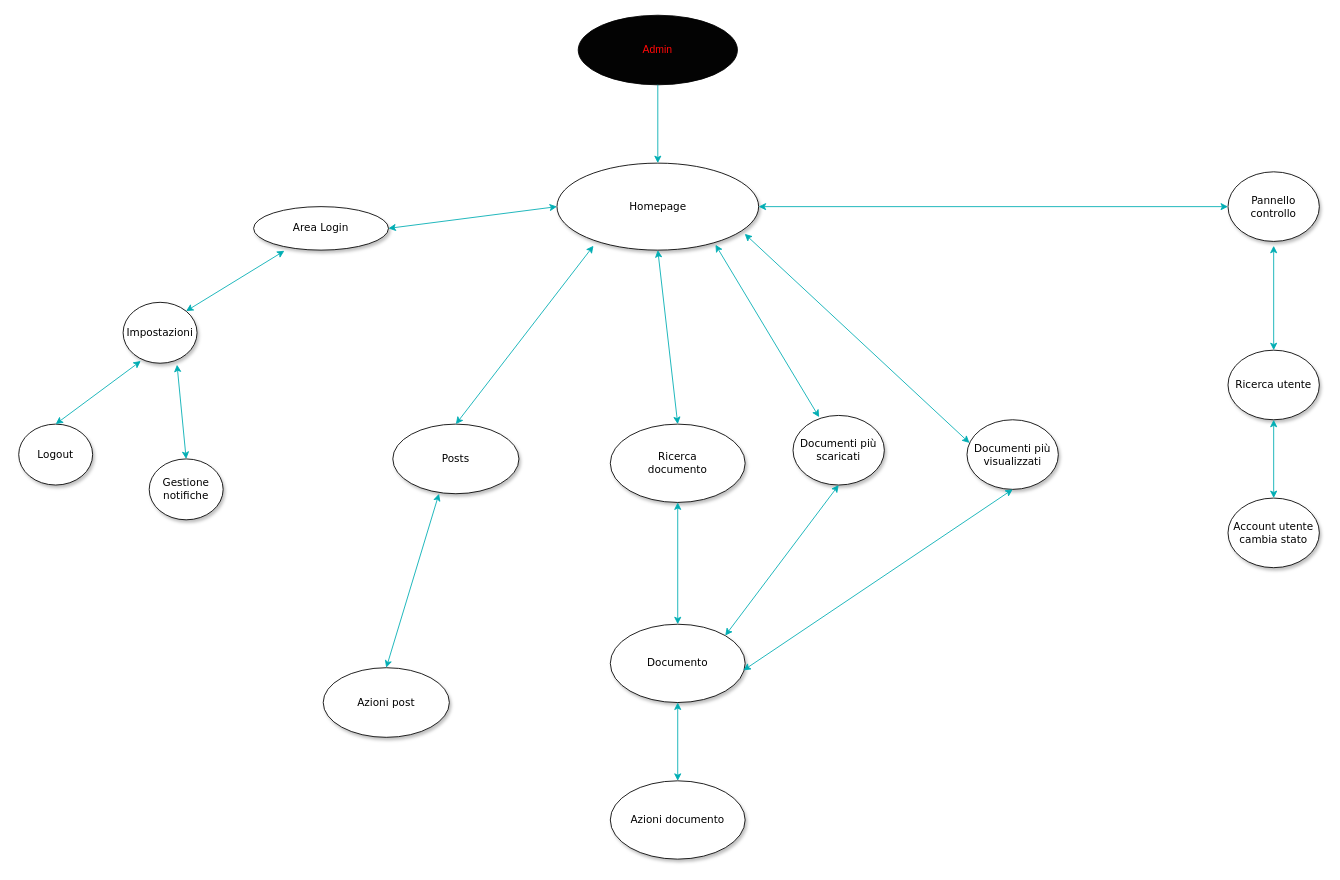
PeppeVII/DocApp_Classe03 keeps this draw.io diagram as Deliverables/navigational_paths/admin.drawio. Above is the earlier version. Source tidied: cells renumbered, new cells numbered last; positions are measured from the earlier drawing's top-left corner, leaving out a move shared by most shapes. Both pictures are drawn from the tidied source at 87%, with x=0, y=0 at pixel (18, 15).
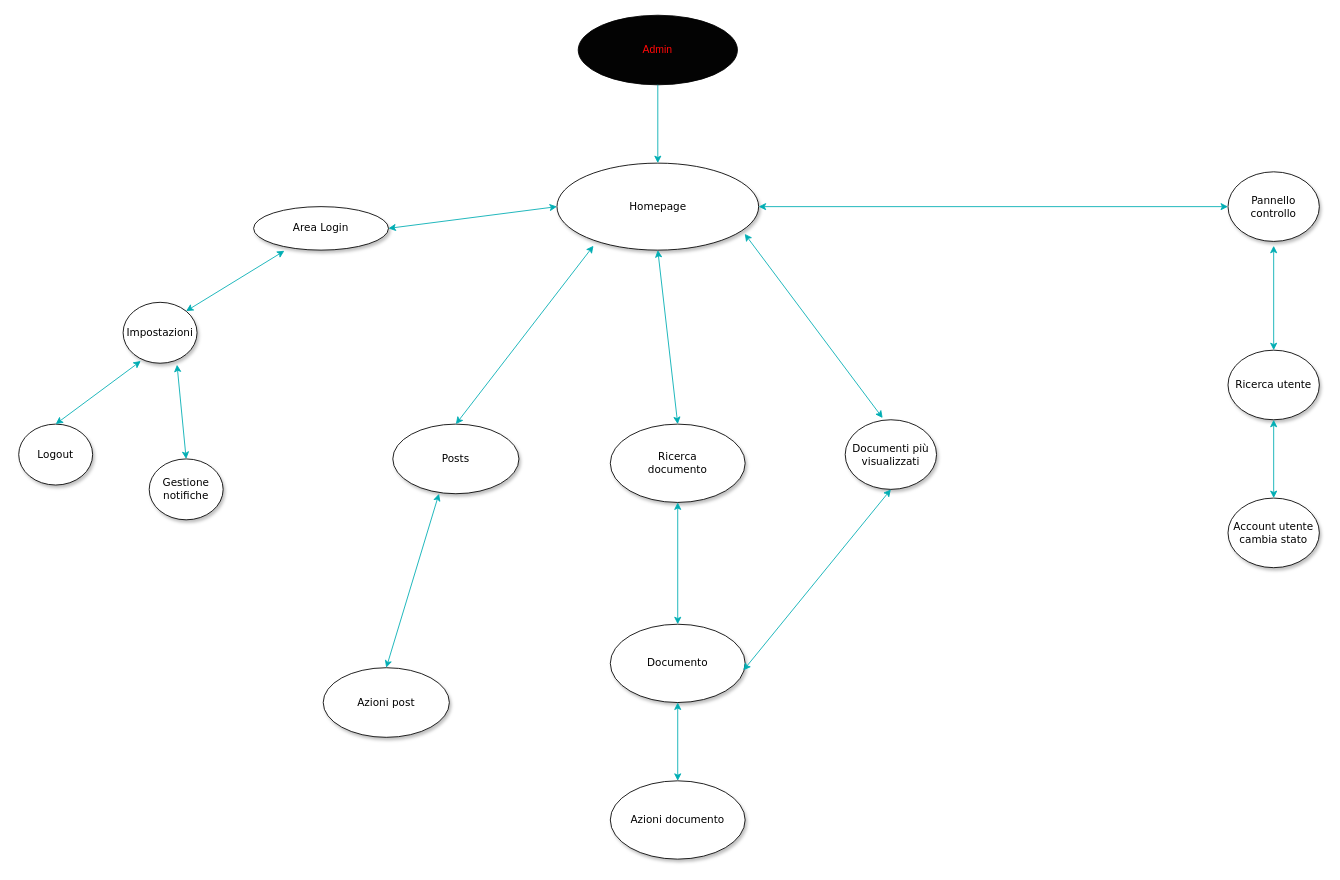
The same diagram, later.

Unchanged cells that the change refers to:
```xml
<mxCell id="2" value="Homepage" style="ellipse;whiteSpace=wrap;html=1;rounded=0;shadow=1;comic=0;labelBackgroundColor=none;strokeWidth=1;fontFamily=Verdana;fontSize=12;align=center;" parent="1" vertex="1">
  <mxGeometry x="618.7" y="170" width="231.8" height="100" as="geometry" />
</mxCell>
<mxCell id="29" value="Documento" style="ellipse;whiteSpace=wrap;html=1;rounded=0;shadow=1;comic=0;labelBackgroundColor=none;strokeWidth=1;fontFamily=Verdana;fontSize=12;align=center;" parent="1" vertex="1">
  <mxGeometry x="680" y="700" width="155" height="90" as="geometry" />
</mxCell>
```

What changed in the source:
```diff
@@
-    <mxCell id="17" value="Documenti più scaricati" style="ellipse;whiteSpace=wrap;html=1;rounded=0;shadow=1;comic=0;labelBackgroundColor=none;strokeWidth=1;fontFamily=Verdana;fontSize=12;align=center;" parent="1" vertex="1">
-      <mxGeometry x="890" y="460" width="105" height="80" as="geometry" />
-    </mxCell>
-    <mxCell id="18" style="endArrow=classic;startArrow=classic;html=1;rounded=0;shadow=0;strokeColor=#00ADB3;sourcePerimeterSpacing=5;targetPerimeterSpacing=5;jumpStyle=gap;exitX=0.286;exitY=0.025;exitDx=0;exitDy=0;entryX=0.786;entryY=0.938;entryDx=0;entryDy=0;entryPerimeter=0;exitPerimeter=0;" parent="1" edge="1" source="17" target="2">
-      <mxGeometry relative="1" as="geometry" />
-    </mxCell>
     <mxCell id="19" value="Documenti più visualizzati" style="ellipse;whiteSpace=wrap;html=1;rounded=0;shadow=1;comic=0;labelBackgroundColor=none;strokeWidth=1;fontFamily=Verdana;fontSize=12;align=center;" parent="1" vertex="1">
-      <mxGeometry x="1090" y="465" width="105" height="80" as="geometry" />
+      <mxGeometry x="950" y="465" width="105" height="80" as="geometry" />
     </mxCell>
-    <mxCell id="20" style="endArrow=classic;startArrow=classic;html=1;rounded=0;shadow=0;strokeColor=#00ADB3;sourcePerimeterSpacing=5;targetPerimeterSpacing=5;jumpStyle=gap;exitX=0.027;exitY=0.333;exitDx=0;exitDy=0;entryX=0.931;entryY=0.813;entryDx=0;entryDy=0;entryPerimeter=0;exitPerimeter=0;" parent="1" edge="1" source="19" target="2">
+    <mxCell id="20" style="endArrow=classic;startArrow=classic;html=1;rounded=0;shadow=0;strokeColor=#00ADB3;sourcePerimeterSpacing=5;targetPerimeterSpacing=5;jumpStyle=gap;exitX=0.41;exitY=-0.025;exitDx=0;exitDy=0;entryX=0.931;entryY=0.813;entryDx=0;entryDy=0;entryPerimeter=0;exitPerimeter=0;" parent="1" edge="1" source="19" target="2">
       <mxGeometry relative="1" as="geometry" />
     </mxCell>
@@
-    <mxCell id="33" style="endArrow=classic;startArrow=classic;html=1;rounded=0;shadow=0;strokeColor=#00ADB3;sourcePerimeterSpacing=5;targetPerimeterSpacing=5;jumpStyle=gap;entryX=0.5;entryY=1;entryDx=0;entryDy=0;exitX=1;exitY=0;exitDx=0;exitDy=0;" parent="1" edge="1" source="29" target="17">
-      <mxGeometry relative="1" as="geometry" />
-    </mxCell>
```
